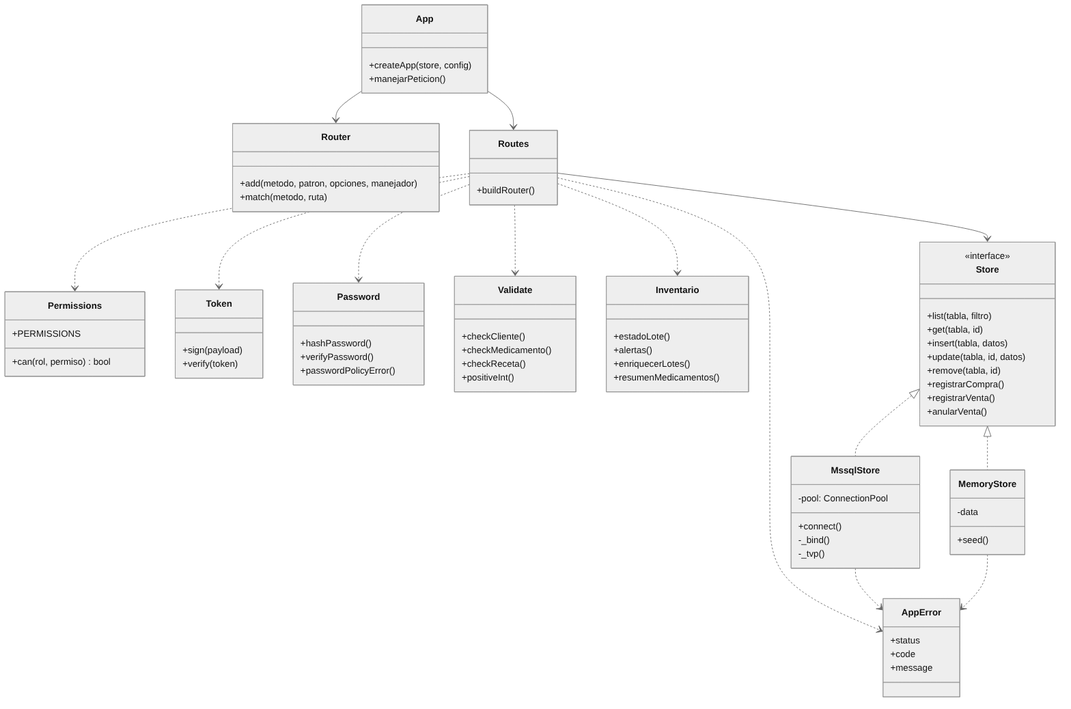
Before: docs/diagramas/clases_backend.png, a diagram exported from Mermaid (angelonavarroxd23-lab/Farma-Control). Its source is kept beside it as docs/diagramas/src/clases_backend.mmd.
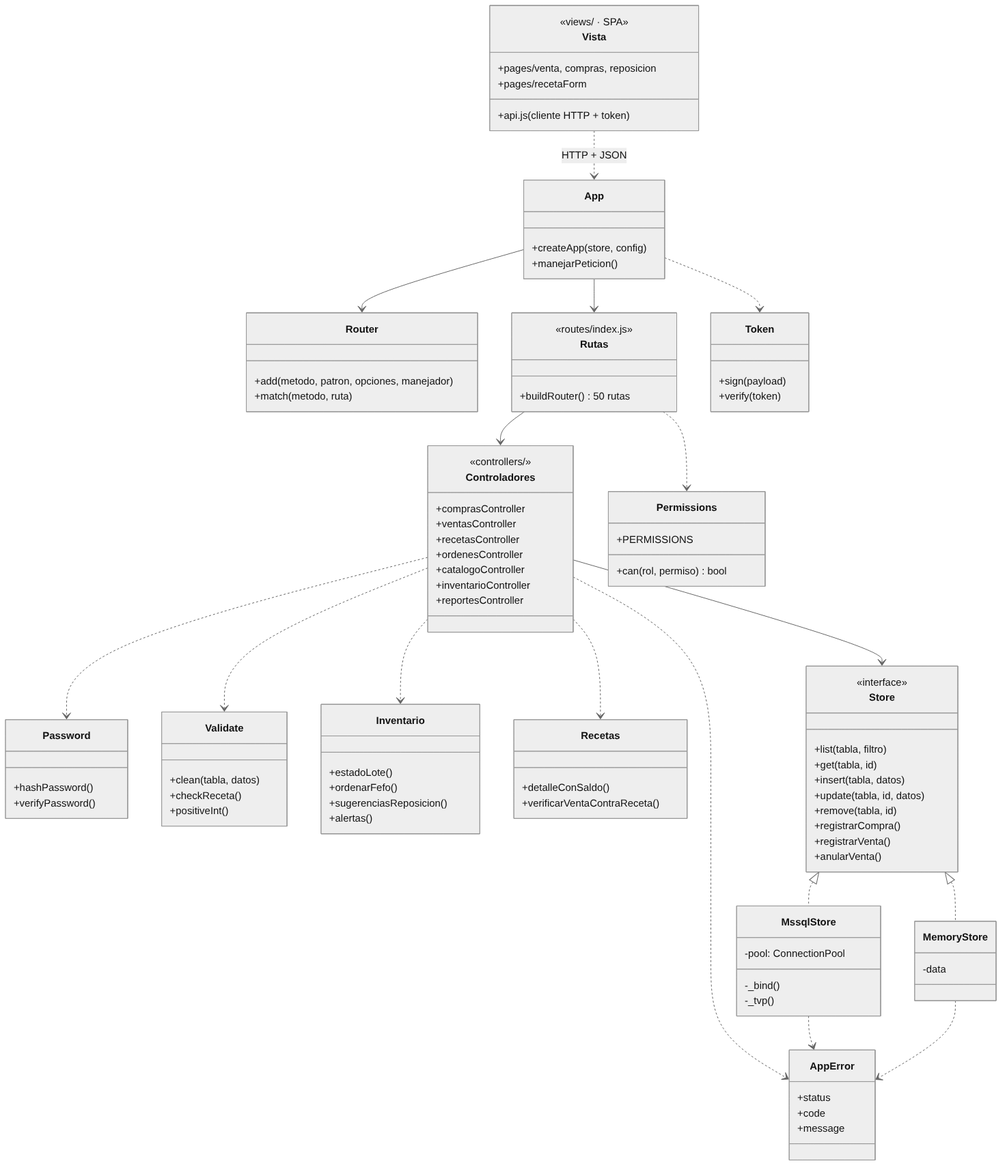
The same diagram one commit later.

The edit, as a diff of the source:
```diff
@@ -1,15 +1,32 @@
 classDiagram
 direction TB
-class Router {
-  +add(metodo, patron, opciones, manejador)
-  +match(metodo, ruta)
+class Vista {
+<<views/ · SPA>>
++pages/venta, compras, reposicion
++pages/recetaForm
++api.js (cliente HTTP + token)
 }
 class App {
   +createApp(store, config)
   +manejarPeticion()
 }
-class Routes {
-  +buildRouter()
+class Router {
+  +add(metodo, patron, opciones, manejador)
+  +match(metodo, ruta)
+}
+class Rutas {
+<<routes/index.js>>
++buildRouter() 50 rutas
+}
+class Controladores {
+<<controllers/>>
++comprasController
++ventasController
++recetasController
++ordenesController
++catalogoController
++inventarioController
++reportesController
 }
 class Permissions {
   +PERMISSIONS
@@ -22,19 +39,21 @@
 class Password {
   +hashPassword()
   +verifyPassword()
-  +passwordPolicyError()
 }
 class Validate {
-  +checkCliente()
-  +checkMedicamento()
+  +clean(tabla, datos)
   +checkReceta()
   +positiveInt()
 }
 class Inventario {
   +estadoLote()
+  +ordenarFefo()
+  +sugerenciasReposicion()
   +alertas()
-  +enriquecerLotes()
-  +resumenMedicamentos()
+}
+class Recetas {
+  +detalleConSaldo()
+  +verificarVentaContraReceta()
 }
 class AppError {
   +status
@@ -54,24 +73,25 @@
 }
 class MssqlStore {
   -pool: ConnectionPool
-  +connect()
   -_bind()
   -_tvp()
 }
 class MemoryStore {
   -data
-  +seed()
 }
+Vista ..> App : HTTP + JSON
 App --> Router
-App --> Routes
-Routes ..> Permissions
-Routes ..> Token
-Routes ..> Password
-Routes ..> Validate
-Routes ..> Inventario
-Routes --> Store
+App --> Rutas
+Rutas --> Controladores
+Rutas ..> Permissions
+App ..> Token
+Controladores ..> Password
+Controladores ..> Validate
+Controladores ..> Inventario
+Controladores ..> Recetas
+Controladores --> Store
 Store <|.. MssqlStore
 Store <|.. MemoryStore
-Routes ..> AppError
+Controladores ..> AppError
 MssqlStore ..> AppError
 MemoryStore ..> AppError
```
